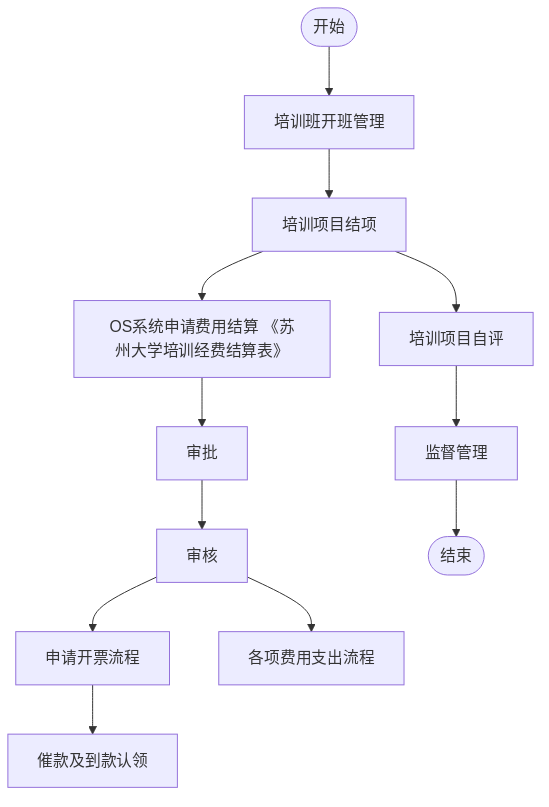
AmyIvan/work1 keeps this Mermaid diagram as outline2flow/flow_outputs/page_7.png. Above is the earlier version. Its source is kept beside it as outline2flow/mmd_outputs/page_7.mmd. The source it was exported from:
```mermaid
flowchart TD
    Start(["开始"]) --> A[培训班开班管理]
    A --> B[培训项目结项]
    B --> C[OS系统申请费用结算 《苏州大学培训经费结算表》]
    C --> D[审批]
    D --> E[审核]
    E --> F[申请开票流程]
    F --> G[催款及到款认领]
    E --> H[各项费用支出流程]
    B --> I[培训项目自评]
    I --> J[监督管理]
    J --> End(["结束"])
```
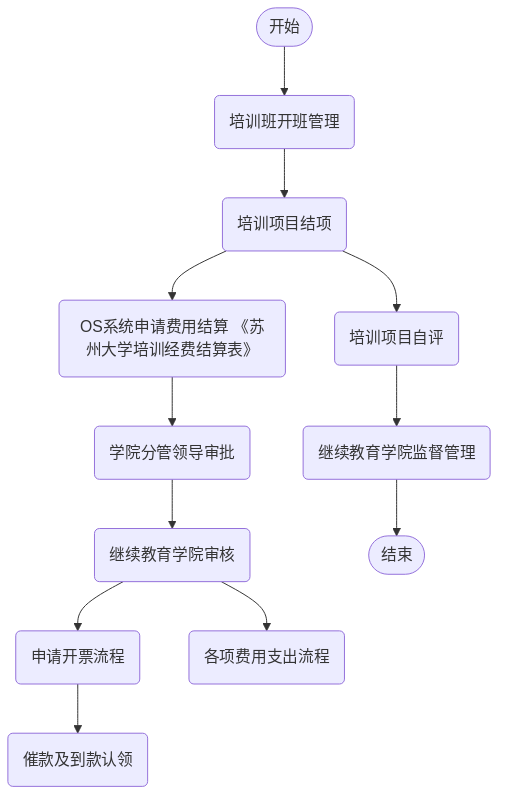
After the commit.

What changed in the source:
```diff
@@ -1,12 +1,12 @@
 flowchart TD
-    Start(["开始"]) --> A[培训班开班管理]
-    A --> B[培训项目结项]
-    B --> C[OS系统申请费用结算 《苏州大学培训经费结算表》]
-    C --> D[审批]
-    D --> E[审核]
-    E --> F[申请开票流程]
-    F --> G[催款及到款认领]
-    E --> H[各项费用支出流程]
-    B --> I[培训项目自评]
-    I --> J[监督管理]
-    J --> End(["结束"])
+    Start(["开始"]) --> Node1("培训班开班管理")
+    Node1 --> Node2("培训项目结项")
+    Node2 --> Node3("OS系统申请费用结算 《苏州大学培训经费结算表》")
+    Node3 --> Node4("学院分管领导审批")
+    Node4 --> Node5("继续教育学院审核")
+    Node5 --> Node6("申请开票流程")
+    Node6 --> Node7("催款及到款认领")
+    Node5 --> Node8("各项费用支出流程")
+    Node2 --> Node9("培训项目自评")
+    Node9 --> Node10("继续教育学院监督管理")
+    Node10 --> End(["结束"])
```
